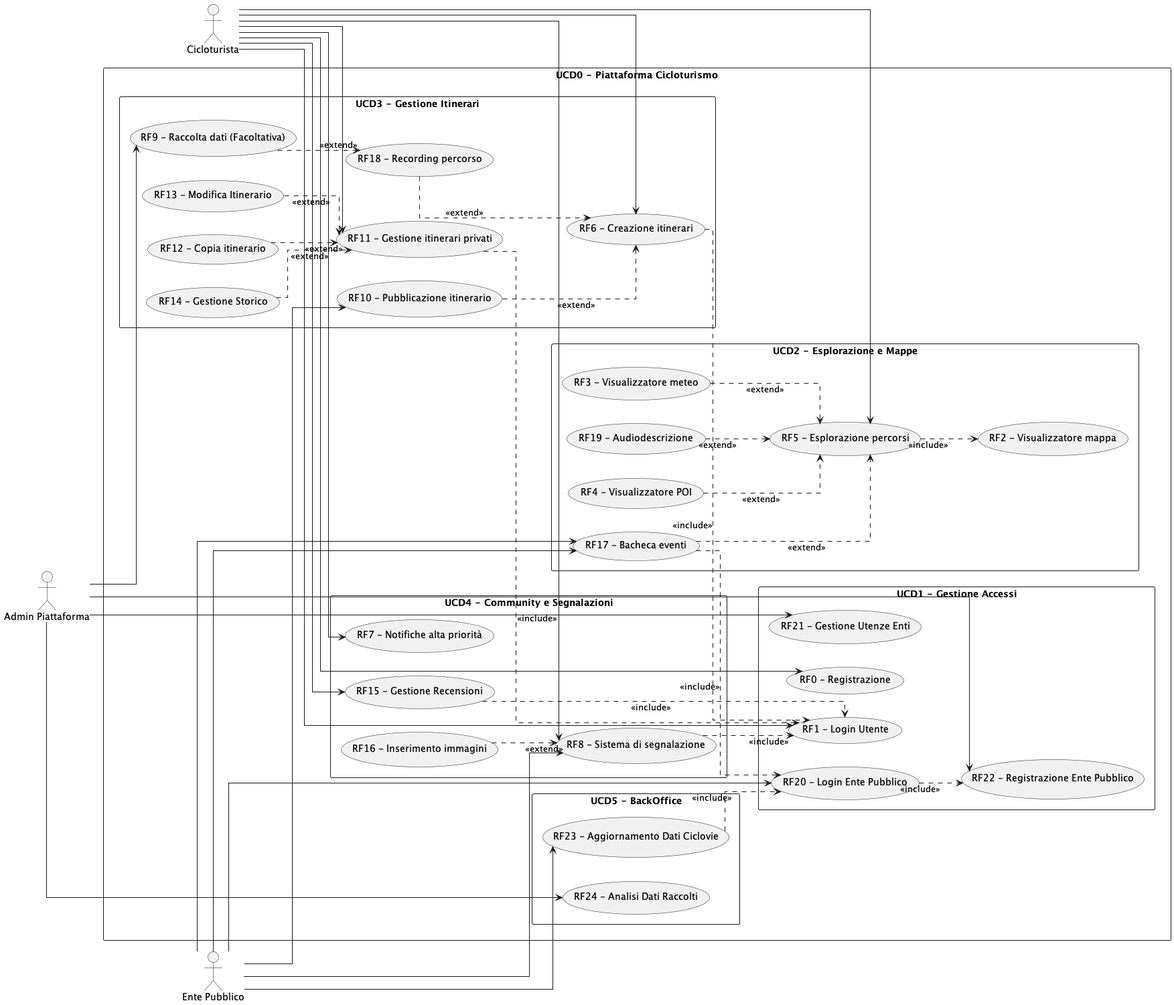
Before: out/src/mainuml/Main.png, a diagram exported from PlantUML (AndrewDMC/UML_Cicloturismo).
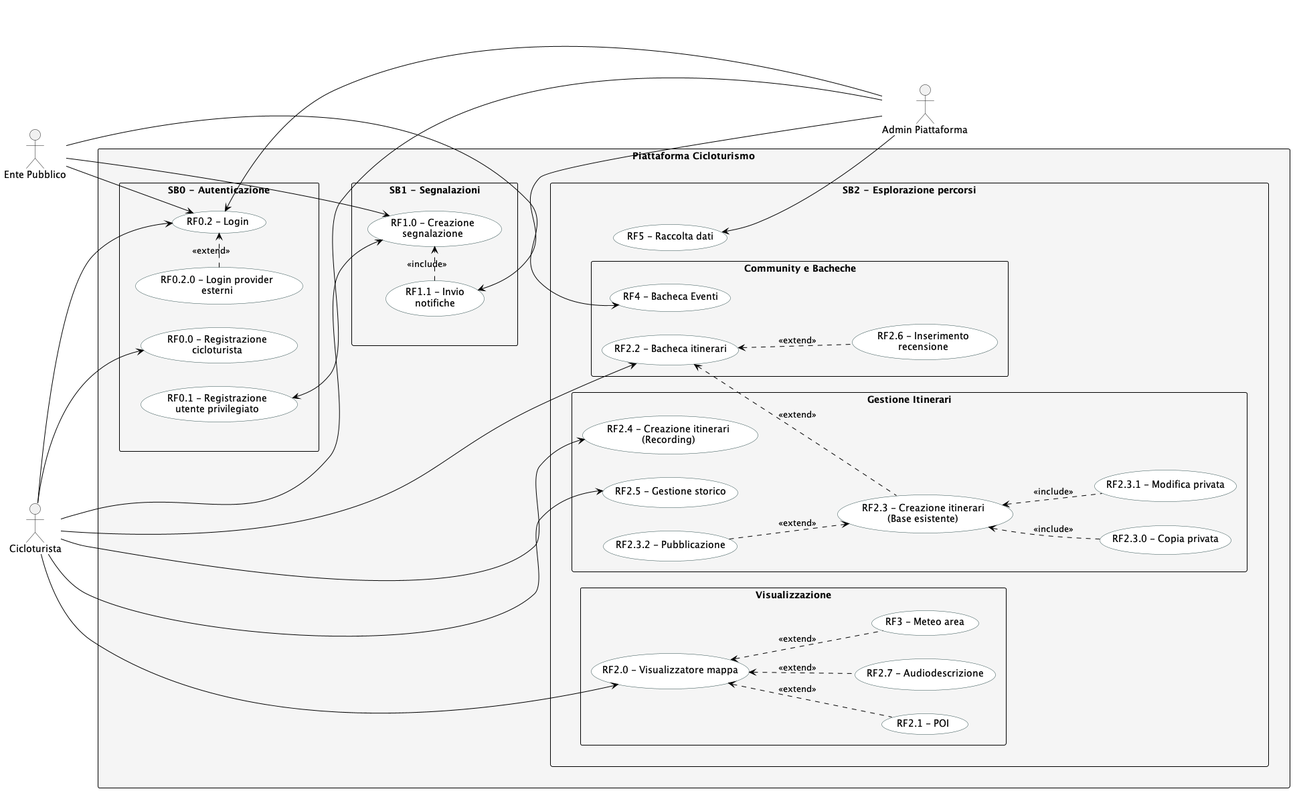
The same diagram one commit later.

What changed in the source:
```diff
@@ -1,100 +1,97 @@
 @startuml Main
 left to right direction
 skinparam packageStyle rectangle
-skinparam linetype ortho
+
+skinparam usecase {
+    BackgroundColor White
+    BorderColor DarkSlateGray
+    ArrowColor Black
+}
+skinparam rectangle {
+    BorderColor Black
+    BackgroundColor WhiteSmoke
+}
 
 actor "Cicloturista" as User
 actor "Ente Pubblico" as Ente
 actor "Admin Piattaforma" as Admin
 
-rectangle "UCD0 - Piattaforma Cicloturismo" {
+rectangle "Piattaforma Cicloturismo" {
 
-    rectangle "UCD1 - Gestione Accessi" {
-        usecase "RF0 - Registrazione" as RF0
-        usecase "RF1 - Login Utente" as RF1
-        usecase "RF20 - Login Ente Pubblico" as RF20
-        usecase "RF21 - Gestione Utenze Enti" as RF21
-        usecase "RF22 - Registrazione Ente Pubblico" as RF22
+    rectangle "SB0 - Autenticazione" as SB0 {
+        usecase "RF0.2 - Login" as RF0_2
+        usecase "RF0.0 - Registrazione\ncicloturista" as RF0_0
+        usecase "RF0.1 - Registrazione\nutente privilegiato" as RF0_1
+        usecase "RF0.2.0 - Login provider\nesterni" as RF0_2_0
+
+        RF0_2_0 .> RF0_2 : <<extend>>
     }
 
-    rectangle "UCD2 - Esplorazione e Mappe" {
-        usecase "RF5 - Esplorazione percorsi" as RF5
-        usecase "RF2 - Visualizzatore mappa" as RF2
-        usecase "RF3 - Visualizzatore meteo" as RF3
-        usecase "RF4 - Visualizzatore POI" as RF4
-        usecase "RF19 - Audiodescrizione" as RF19
-        usecase "RF17 - Bacheca eventi" as RF17
+    rectangle "SB1 - Segnalazioni" as SB1 {
+        usecase "RF1.0 - Creazione\nsegnalazione" as RF1_0
+        usecase "RF1.1 - Invio\nnotifiche" as RF1_1
+
+        RF1_1 .> RF1_0 : <<include>>
     }
 
-    rectangle "UCD3 - Gestione Itinerari" {
-        usecase "RF6 - Creazione itinerari" as RF6
-        usecase "RF11 - Gestione itinerari privati" as RF11
-        usecase "RF10 - Pubblicazione itinerario" as RF10
-        usecase "RF12 - Copia itinerario" as RF12
-        usecase "RF13 - Modifica Itinerario" as RF13
-        usecase "RF14 - Gestione Storico" as RF14
-        usecase "RF18 - Recording percorso" as RF18
-        usecase "RF9 - Raccolta dati (Facoltativa)" as RF9
-    }
+    rectangle "SB2 - Esplorazione percorsi" as SB2 {
 
-    rectangle "UCD4 - Community e Segnalazioni" {
-        usecase "RF8 - Sistema di segnalazione" as RF8
-        usecase "RF16 - Inserimento immagini" as RF16
-        usecase "RF15 - Gestione Recensioni" as RF15
-        usecase "RF7 - Notifiche alta priorità" as RF7
-    }
+        package "Visualizzazione" {
+            usecase "RF2.0 - Visualizzatore mappa" as RF2_0
+            usecase "RF2.1 - POI" as RF2_1
+            usecase "RF2.7 - Audiodescrizione" as RF2_7
+            usecase "RF3 - Meteo area" as RF3
+        }
 
-    rectangle "UCD5 - BackOffice" {
-        usecase "RF23 - Aggiornamento Dati Ciclovie" as RF23
-        usecase "RF24 - Analisi Dati Raccolti" as RF24
+        package "Community e Bacheche" {
+            usecase "RF2.2 - Bacheca itinerari" as RF2_2
+            usecase "RF4 - Bacheca Eventi" as RF4
+            usecase "RF2.6 - Inserimento\nrecensione" as RF2_6
+        }
+
+        package "Gestione Itinerari" {
+            usecase "RF2.3 - Creazione itinerari\n(Base esistente)" as RF2_3
+            usecase "RF2.3.0 - Copia privata" as RF2_3_0
+            usecase "RF2.3.1 - Modifica privata" as RF2_3_1
+            usecase "RF2.3.2 - Pubblicazione" as RF2_3_2
+            usecase "RF2.4 - Creazione itinerari\n(Recording)" as RF2_4
+            usecase "RF2.5 - Gestione storico" as RF2_5
+        }
+
+        usecase "RF5 - Raccolta dati" as RF5
+
+        RF2_1 .up.> RF2_0 : <<extend>>
+        RF2_7 .up.> RF2_0 : <<extend>>
+        RF3 .up.> RF2_0 : <<extend>>
+
+        RF2_3 .up.> RF2_2 : <<extend>>
+        RF2_6 .up.> RF2_2 : <<extend>>
+
+        RF2_3_0 .up.> RF2_3 : <<include>>
+        RF2_3_1 .up.> RF2_3 : <<include>>
+        RF2_3_2 .down.> RF2_3 : <<extend>>
     }
 }
 
-User --> RF0
-User --> RF1
-User --> RF5
-User --> RF6
-User --> RF11
-User --> RF8
-User --> RF15
-User --> RF7
 
-Ente --> RF20
-Ente --> RF17
-Ente --> RF8
-Ente --> RF23
-Ente --> RF17
-Ente --> RF10
+User --> RF0_0
+User --> RF0_2
+User --> RF2_0
+User --> RF2_2
+User --> RF1_0
+User --> RF2_4
+User --> RF2_5
 
-Admin --> RF22
-Admin --> RF21
-Admin --> RF9
-Admin --> RF24
+Ente --> RF0_2
+Ente --> RF4
+Ente --> RF1_0
 
-RF20 ..> RF22 : <<include>>
+RF0_1 <-- Admin
+RF0_2 <-- Admin
+RF5 <-- Admin
+RF1_1 <-- Admin
 
-RF5 ..> RF2 : <<include>>
-RF3 ..> RF5 : <<extend>>
-RF4 ..> RF5 : <<extend>>
-RF19 ..> RF5 : <<extend>>
-RF17 ..> RF5 : <<extend>>
-
-RF6 ..> RF1 : <<include>>
-RF11 ..> RF1 : <<include>>
-
-RF10 ..> RF6 : <<extend>>
-RF18 ..> RF6 : <<extend>>
-RF9 ..> RF18 : <<extend>>
-
-RF12 ..> RF11 : <<extend>>
-RF13 ..> RF11 : <<extend>>
-RF14 ..> RF11 : <<extend>>
-
-RF8 ..> RF1 : <<include>>
-RF15 ..> RF1 : <<include>>
-RF16 ..> RF8 : <<extend>>
-
-RF23 ..> RF20 : <<include>>
-RF17 ..> RF20 : <<include>>
+SB0 -[hidden]down- SB1
+SB1 -[hidden]down- SB2
 
 @enduml
```
